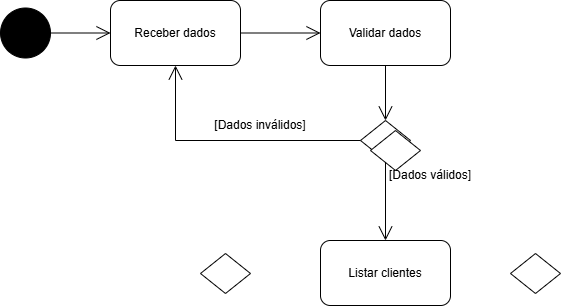
Earlier version of the draw.io export APOO/diagrama_atividade/Diagrama_atividades_clientes.drawio.png (joao-marcos-azvd/Estudos-de-programacao). Source tidied: cells renumbered, new cells last; positions are measured from the earlier drawing's top-left corner, leaving out a move shared by most shapes. Its diagram source:
```xml
<mxGraphModel>
  <root>
    <mxCell id="0" />
    <mxCell id="1" parent="0" />
    <mxCell id="2" style="ellipse;shape=doubleEllipse;whiteSpace=wrap;html=1;fillColor=#000000;" parent="1" vertex="1">
      <mxGeometry y="7.5" width="50" height="50" as="geometry" />
    </mxCell>
    <mxCell id="3" value="Receber dados" style="rounded=1;whiteSpace=wrap;html=1;" parent="1" vertex="1">
      <mxGeometry x="110" width="130" height="65" as="geometry" />
    </mxCell>
    <mxCell id="4" style="endArrow=open;endFill=1;endSize=12;html=1;rounded=0;exitX=1;exitY=0.5;exitDx=0;exitDy=0;entryX=0;entryY=0.5;entryDx=0;entryDy=0;" parent="1" edge="1" source="2" target="3">
      <mxGeometry relative="1" as="geometry" />
    </mxCell>
    <mxCell id="5" value="Validar dados" style="rounded=1;whiteSpace=wrap;html=1;" parent="1" vertex="1">
      <mxGeometry x="320" width="130" height="65" as="geometry" />
    </mxCell>
    <mxCell id="6" style="endArrow=open;endFill=1;endSize=12;html=1;rounded=0;exitX=1;exitY=0.5;exitDx=0;exitDy=0;entryX=0;entryY=0.5;entryDx=0;entryDy=0;" parent="1" edge="1" source="3" target="5">
      <mxGeometry relative="1" as="geometry" />
    </mxCell>
    <mxCell id="7" style="rhombus;whiteSpace=wrap;html=1;" parent="1" vertex="1">
      <mxGeometry x="360" y="120" width="50" height="40" as="geometry" />
    </mxCell>
    <mxCell id="8" style="endArrow=open;endFill=1;endSize=12;html=1;rounded=0;exitX=0.5;exitY=1;exitDx=0;exitDy=0;entryX=0.5;entryY=0;entryDx=0;entryDy=0;" parent="1" edge="1" source="5" target="7">
      <mxGeometry relative="1" as="geometry" />
    </mxCell>
    <mxCell id="9" style="endArrow=open;endFill=1;endSize=12;html=1;rounded=0;exitX=0;exitY=0.5;exitDx=0;exitDy=0;entryX=0.5;entryY=1;entryDx=0;entryDy=0;" parent="1" edge="1" source="7" target="3">
      <mxGeometry relative="1" as="geometry">
        <Array as="points">
          <mxPoint x="175" y="140" />
        </Array>
      </mxGeometry>
    </mxCell>
    <mxCell id="10" value="[Dados inválidos]" style="text;strokeColor=none;align=center;fillColor=none;html=1;verticalAlign=middle;whiteSpace=wrap;rounded=0;" parent="1" vertex="1">
      <mxGeometry x="200" y="110" width="120" height="30" as="geometry" />
    </mxCell>
    <mxCell id="11" value="[Dados válidos]" style="text;strokeColor=none;align=center;fillColor=none;html=1;verticalAlign=middle;whiteSpace=wrap;rounded=0;" parent="1" vertex="1">
      <mxGeometry x="370" y="160" width="120" height="30" as="geometry" />
    </mxCell>
    <mxCell id="12" style="endArrow=open;endFill=1;endSize=12;html=1;rounded=0;exitX=0.5;exitY=1;exitDx=0;exitDy=0;entryX=0.5;entryY=0;entryDx=0;entryDy=0;" parent="1" edge="1" source="7" target="13">
      <mxGeometry relative="1" as="geometry" />
    </mxCell>
    <mxCell id="13" value="Listar clientes" style="rounded=1;whiteSpace=wrap;html=1;" parent="1" vertex="1">
      <mxGeometry x="320" y="240" width="130" height="65" as="geometry" />
    </mxCell>
    <mxCell id="14" style="rhombus;whiteSpace=wrap;html=1;" parent="1" vertex="1">
      <mxGeometry x="370" y="130" width="50" height="40" as="geometry" />
    </mxCell>
    <mxCell id="15" style="rhombus;whiteSpace=wrap;html=1;" parent="1" vertex="1">
      <mxGeometry x="200" y="253" width="50" height="40" as="geometry" />
    </mxCell>
    <mxCell id="16" style="rhombus;whiteSpace=wrap;html=1;" parent="1" vertex="1">
      <mxGeometry x="510" y="253" width="50" height="40" as="geometry" />
    </mxCell>
  </root>
</mxGraphModel>
```
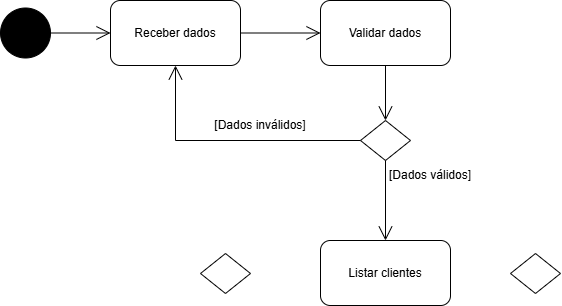
Above is the later version.

Change to the diagram source:
```diff
@@ -42,9 +42,6 @@
     <mxCell id="13" value="Listar clientes" style="rounded=1;whiteSpace=wrap;html=1;" parent="1" vertex="1">
       <mxGeometry x="320" y="240" width="130" height="65" as="geometry" />
     </mxCell>
-    <mxCell id="14" style="rhombus;whiteSpace=wrap;html=1;" parent="1" vertex="1">
-      <mxGeometry x="370" y="130" width="50" height="40" as="geometry" />
-    </mxCell>
     <mxCell id="15" style="rhombus;whiteSpace=wrap;html=1;" parent="1" vertex="1">
       <mxGeometry x="200" y="253" width="50" height="40" as="geometry" />
     </mxCell>
```
